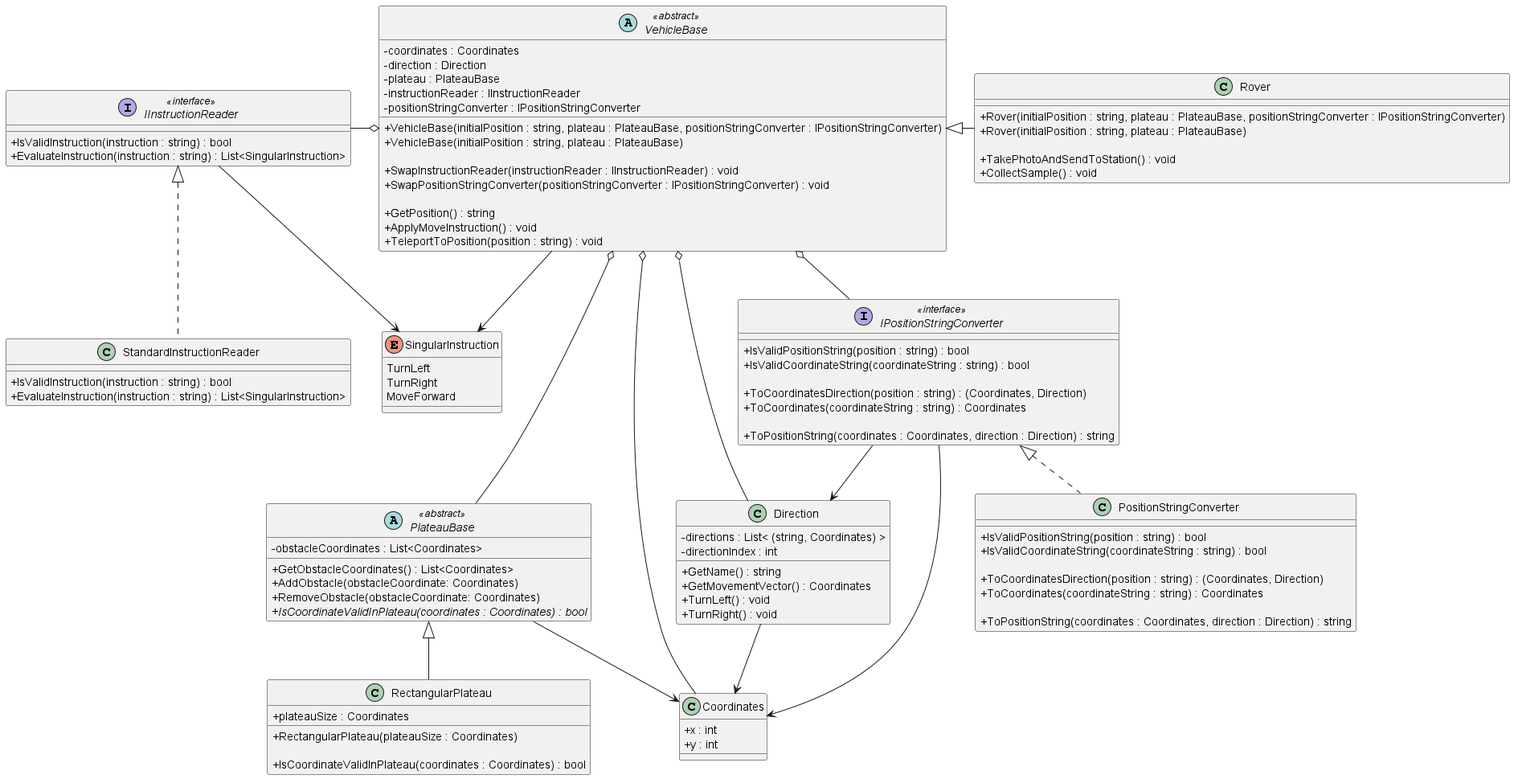
Above: puml/Mars Rover Challenge.png in iamfranco/MarsRoverChallenge (PlantUML), before the change.
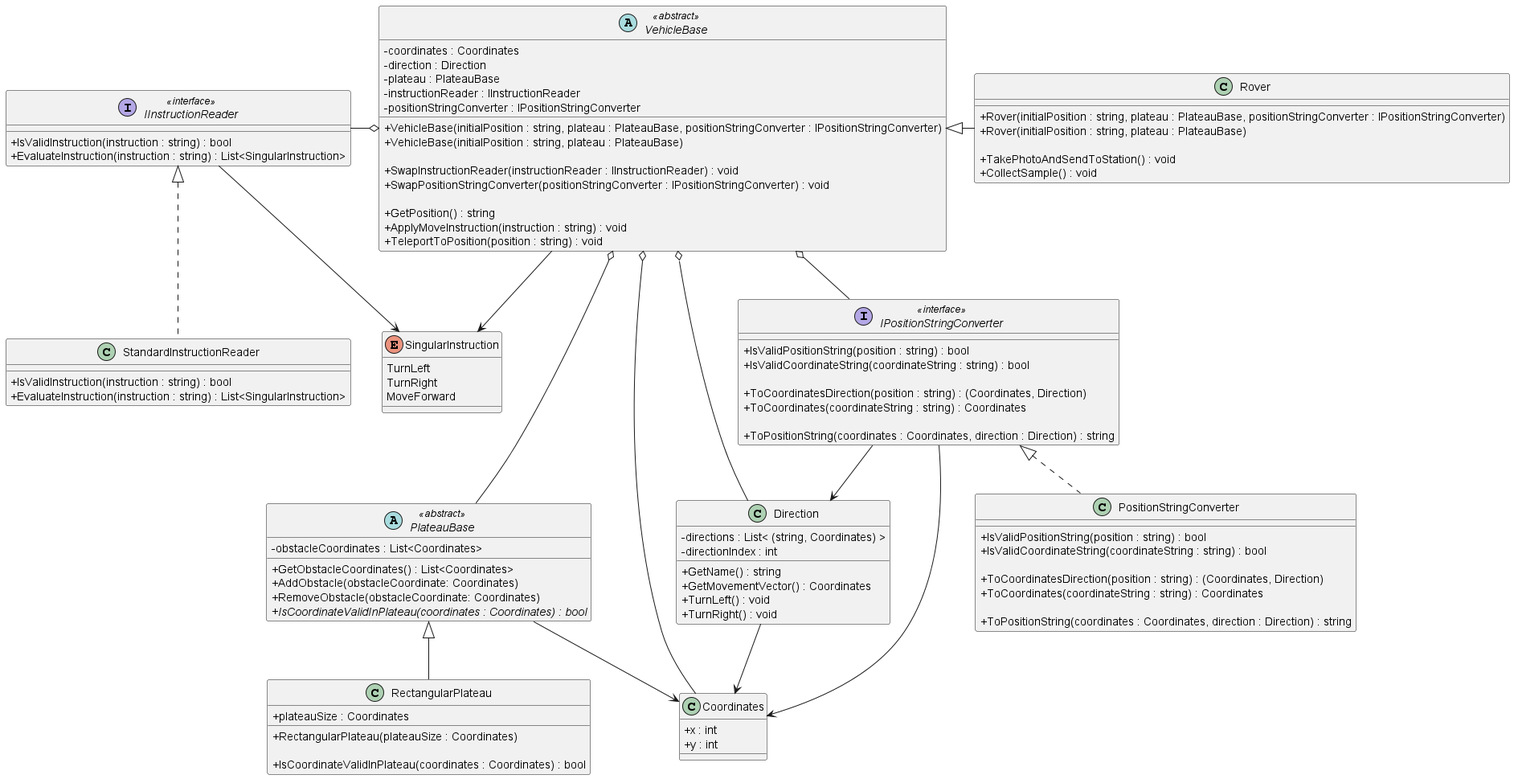
Above is the later version.

Commit message:
UML: add missing parameter in ApplyMoveInstruction method

What changed in the source:
```diff
@@ -93,7 +93,7 @@
   + SwapPositionStringConverter(positionStringConverter : IPositionStringConverter) : void
 
   + GetPosition() : string
-  + ApplyMoveInstruction() : void
+  + ApplyMoveInstruction(instruction : string) : void
   + TeleportToPosition(position : string) : void
 }
 
```
